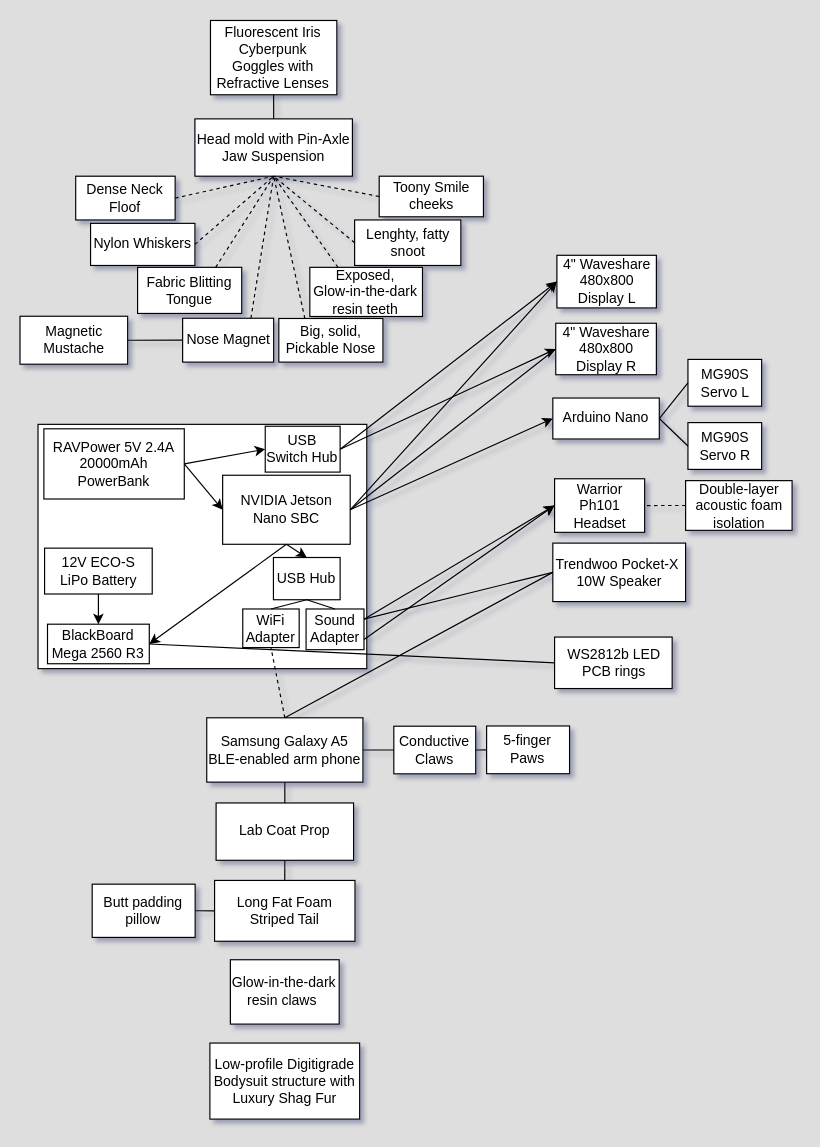
The draw.io diagram Suit Concept/Basic hardware flowchart.drawio in MekhyW/BOSS-Electronic_Fursuit, before the edit. Source tidied: cells renumbered, new cells numbered last; positions are measured from the earlier drawing's top-left corner, leaving out a move shared by most shapes. Both pictures are drawn from the tidied source at 117%, with x=0, y=0 at pixel (20, 20).
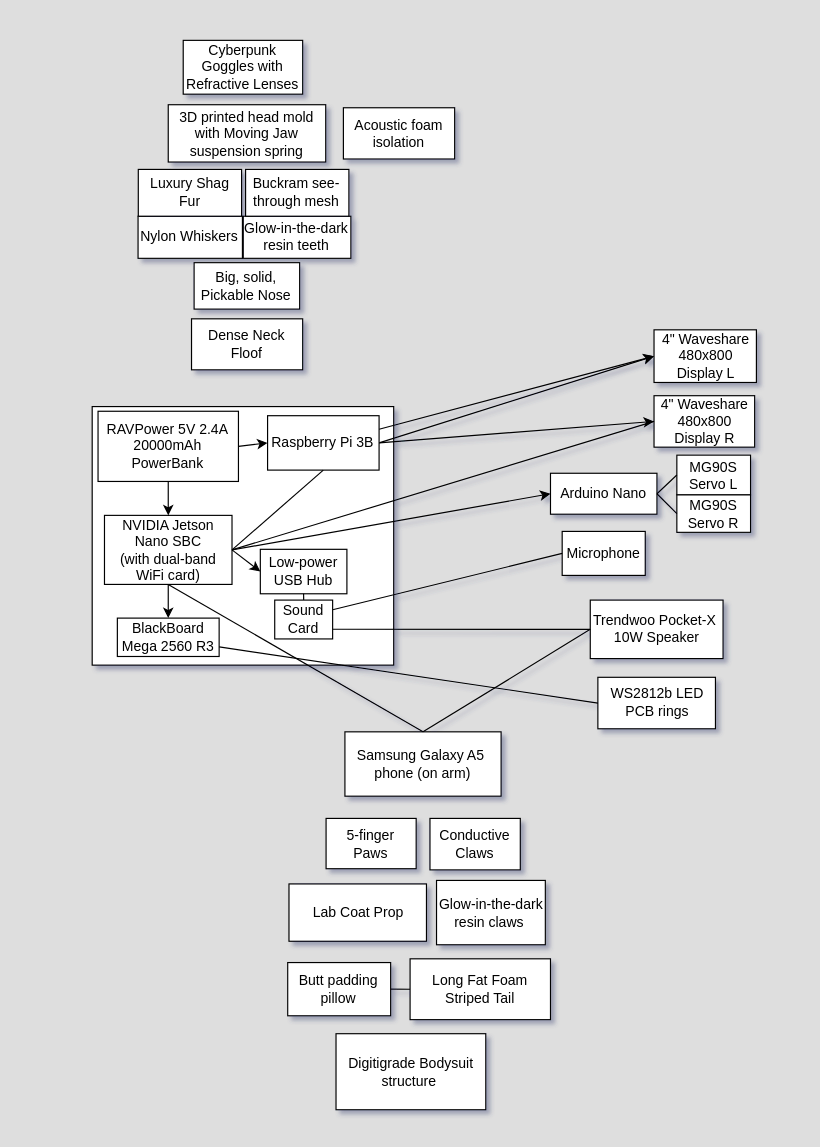
The same page after the edit.

Diff of the diagram source:
```diff
@@
     <mxCell id="2" style="rounded=0;whiteSpace=wrap;html=1;" parent="1" vertex="1">
-      <mxGeometry x="15" y="345.2" width="281" height="208.8" as="geometry" />
+      <mxGeometry x="61.3" y="330" width="257.7" height="221" as="geometry" />
     </mxCell>
-    <mxCell id="3" value="NVIDIA Jetson Nano SBC" style="rounded=0;whiteSpace=wrap;html=1;" parent="1" vertex="1">
-      <mxGeometry x="172.8" y="388.7" width="109" height="59" as="geometry" />
+    <mxCell id="3" value="NVIDIA Jetson Nano SBC&lt;br&gt;(with dual-band WiFi card)" style="rounded=0;whiteSpace=wrap;html=1;" parent="1" vertex="1">
+      <mxGeometry x="71.8" y="423" width="109" height="59" as="geometry" />
     </mxCell>
     <mxCell id="4" value="RAVPower 5V 2.4A&lt;br&gt;20000mAh PowerBank" style="rounded=0;whiteSpace=wrap;html=1;" parent="1" vertex="1">
-      <mxGeometry x="20" y="349" width="120" height="60" as="geometry" />
+      <mxGeometry x="66.3" y="334" width="120" height="60" as="geometry" />
     </mxCell>
     <mxCell id="5" value="Trendwoo Pocket-X&amp;nbsp;&lt;br&gt;10W Speaker" style="rounded=0;whiteSpace=wrap;html=1;" parent="1" vertex="1">
-      <mxGeometry x="455" y="446.7" width="113.5" height="50" as="geometry" />
+      <mxGeometry x="487" y="495.4" width="113.5" height="50" as="geometry" />
     </mxCell>
     <mxCell id="6" value="4&quot; Waveshare&lt;br&gt;480x800 Display L" style="rounded=0;whiteSpace=wrap;html=1;" parent="1" vertex="1">
-      <mxGeometry x="458.5" y="200.7" width="85" height="45" as="geometry" />
+      <mxGeometry x="541.5" y="264.4" width="87.5" height="45" as="geometry" />
     </mxCell>
-    <mxCell id="7" value="Warrior Ph101 Headset" style="rounded=0;whiteSpace=wrap;html=1;" parent="1" vertex="1">
-      <mxGeometry x="456.5" y="391.7" width="77" height="45.8" as="geometry" />
+    <mxCell id="7" value="Microphone" style="rounded=0;whiteSpace=wrap;html=1;" parent="1" vertex="1">
+      <mxGeometry x="463" y="436.7" width="71" height="37.6" as="geometry" />
     </mxCell>
     <mxCell id="8" value="4&quot; Waveshare&lt;br&gt;480x800 Display R" style="rounded=0;whiteSpace=wrap;html=1;" parent="1" vertex="1">
-      <mxGeometry x="457.5" y="258.8" width="86" height="44" as="geometry" />
+      <mxGeometry x="541.5" y="320.7" width="86" height="44" as="geometry" />
     </mxCell>
-    <mxCell id="9" style="endArrow=classic;html=1;entryX=0;entryY=0.5;entryDx=0;entryDy=0;exitX=1;exitY=0.5;exitDx=0;exitDy=0;" parent="1" edge="1" source="4" target="3">
-      <mxGeometry relative="1" as="geometry" />
-    </mxCell>
-    <mxCell id="10" value="Head mold with Pin-Axle Jaw Suspension" style="rounded=0;whiteSpace=wrap;html=1;" parent="1" vertex="1">
-      <mxGeometry x="149.1" y="84.1" width="134.6" height="49" as="geometry" />
+    <mxCell id="10" value="3D printed head mold with Moving Jaw suspension spring" style="rounded=0;whiteSpace=wrap;html=1;" parent="1" vertex="1">
+      <mxGeometry x="126.3" y="72" width="134.6" height="49" as="geometry" />
     </mxCell>
-    <mxCell id="11" value="Sound Adapter" style="rounded=0;whiteSpace=wrap;html=1;" parent="1" vertex="1">
-      <mxGeometry x="244.1" y="503" width="49.5" height="34.8" as="geometry" />
+    <mxCell id="11" value="Sound Card" style="rounded=0;whiteSpace=wrap;html=1;" parent="1" vertex="1">
+      <mxGeometry x="217.3" y="495.4" width="49.5" height="33.2" as="geometry" />
     </mxCell>
@@
-    <mxCell id="13" style="endArrow=classic;html=1;exitX=1;exitY=0.5;exitDx=0;exitDy=0;entryX=0;entryY=0.5;entryDx=0;entryDy=0;" parent="1" edge="1" source="72" target="8">
+    <mxCell id="13" style="endArrow=classic;html=1;exitX=1;exitY=0.5;exitDx=0;exitDy=0;entryX=0;entryY=0.5;entryDx=0;entryDy=0;" parent="1" edge="1" source="77" target="8">
       <mxGeometry relative="1" as="geometry" />
     </mxCell>
-    <mxCell id="14" value="Low-profile Digitigrade Bodysuit structure with Luxury Shag Fur" style="rounded=0;whiteSpace=wrap;html=1;" parent="1" vertex="1">
-      <mxGeometry x="161.9" y="874" width="128" height="65" as="geometry" />
+    <mxCell id="14" value="Digitigrade Bodysuit structure&amp;nbsp;" style="rounded=0;whiteSpace=wrap;html=1;" parent="1" vertex="1">
+      <mxGeometry x="269.7" y="866" width="128" height="65" as="geometry" />
     </mxCell>
     <mxCell id="15" value="Lab Coat Prop" style="rounded=0;whiteSpace=wrap;html=1;" parent="1" vertex="1">
-      <mxGeometry x="167.2" y="668.8" width="117.5" height="49" as="geometry" />
+      <mxGeometry x="229.5" y="738" width="117.5" height="49" as="geometry" />
     </mxCell>
-    <mxCell id="16" style="endArrow=classic;html=1;exitX=1;exitY=0.25;exitDx=0;exitDy=0;entryX=0;entryY=0.5;entryDx=0;entryDy=0;" parent="1" edge="1" source="11" target="7">
-      <mxGeometry relative="1" as="geometry" />
-    </mxCell>
-    <mxCell id="17" style="endArrow=classic;html=1;exitX=1;exitY=0.75;exitDx=0;exitDy=0;entryX=0;entryY=0.5;entryDx=0;entryDy=0;" parent="1" edge="1" source="11" target="7">
-      <mxGeometry relative="1" as="geometry" />
-    </mxCell>
     <mxCell id="18" value="BlackBoard Mega 2560 R3" style="rounded=0;whiteSpace=wrap;html=1;" parent="1" vertex="1">
-      <mxGeometry x="23.1" y="516" width="87" height="33.8" as="geometry" />
+      <mxGeometry x="82.8" y="510.8" width="87" height="32.8" as="geometry" />
     </mxCell>
-    <mxCell id="19" style="endArrow=classic;html=1;exitX=0.5;exitY=1;exitDx=0;exitDy=0;entryX=1;entryY=0.5;entryDx=0;entryDy=0;" parent="1" edge="1" source="3" target="18">
+    <mxCell id="19" style="endArrow=classic;html=1;exitX=0.5;exitY=1;exitDx=0;exitDy=0;entryX=0.5;entryY=0;entryDx=0;entryDy=0;" parent="1" edge="1" source="3" target="18">
       <mxGeometry relative="1" as="geometry" />
     </mxCell>
-    <mxCell id="20" style="endArrow=none;dashed=1;html=1;entryX=1;entryY=0.5;entryDx=0;entryDy=0;exitX=0;exitY=0.5;exitDx=0;exitDy=0;" parent="1" edge="1" source="21" target="7">
-      <mxGeometry relative="1" as="geometry" />
-    </mxCell>
-    <mxCell id="21" value="Double-layer acoustic foam isolation" style="rounded=0;whiteSpace=wrap;html=1;" parent="1" vertex="1">
-      <mxGeometry x="568.5" y="393.3" width="91" height="42.5" as="geometry" />
+    <mxCell id="21" value="Acoustic foam isolation" style="rounded=0;whiteSpace=wrap;html=1;" parent="1" vertex="1">
+      <mxGeometry x="276" y="74.6" width="95.1" height="43.8" as="geometry" />
     </mxCell>
     <mxCell id="22" value="WS2812b LED PCB rings" style="rounded=0;whiteSpace=wrap;html=1;" parent="1" vertex="1">
-      <mxGeometry x="456.5" y="527" width="100.5" height="44" as="geometry" />
+      <mxGeometry x="493.5" y="561.4" width="100.5" height="44" as="geometry" />
     </mxCell>
-    <mxCell id="23" style="endArrow=none;html=1;entryX=1;entryY=0.5;entryDx=0;entryDy=0;exitX=0;exitY=0.5;exitDx=0;exitDy=0;" parent="1" edge="1" source="22" target="18">
+    <mxCell id="23" style="endArrow=none;html=1;entryX=1;entryY=0.75;entryDx=0;entryDy=0;exitX=0;exitY=0.5;exitDx=0;exitDy=0;" parent="1" edge="1" source="22" target="18">
       <mxGeometry relative="1" as="geometry" />
     </mxCell>
     <mxCell id="24" value="Glow-in-the-dark resin claws&amp;nbsp;" style="rounded=0;whiteSpace=wrap;html=1;" parent="1" vertex="1">
-      <mxGeometry x="179.4" y="802.8" width="93" height="55" as="geometry" />
+      <mxGeometry x="355.6" y="735" width="93" height="55" as="geometry" />
     </mxCell>
     <mxCell id="25" value="Nylon Whiskers" style="rounded=0;whiteSpace=wrap;html=1;" parent="1" vertex="1">
-      <mxGeometry x="59.9" y="173.4" width="89.2" height="36" as="geometry" />
+      <mxGeometry x="100.5" y="167.3" width="89.2" height="36" as="geometry" />
     </mxCell>
     <mxCell id="26" value="Long Fat Foam Striped Tail" style="rounded=0;whiteSpace=wrap;html=1;" parent="1" vertex="1">
-      <mxGeometry x="165.9" y="735" width="120" height="52" as="geometry" />
+      <mxGeometry x="333" y="802" width="120" height="52" as="geometry" />
     </mxCell>
-    <mxCell id="27" value="Fluorescent Iris Cyberpunk &lt;br&gt;Goggles with Refractive Lenses" style="rounded=0;whiteSpace=wrap;html=1;" parent="1" vertex="1">
-      <mxGeometry x="162.4" width="108" height="63.5" as="geometry" />
+    <mxCell id="27" value="Cyberpunk &lt;br&gt;Goggles with Refractive Lenses" style="rounded=0;whiteSpace=wrap;html=1;" parent="1" vertex="1">
+      <mxGeometry x="139.1" y="17" width="102.1" height="46" as="geometry" />
     </mxCell>
-    <mxCell id="28" style="endArrow=classic;html=1;exitX=1;exitY=0.5;exitDx=0;exitDy=0;entryX=0;entryY=0.5;entryDx=0;entryDy=0;" parent="1" edge="1" source="3" target="6">
-      <mxGeometry relative="1" as="geometry" />
-    </mxCell>
     <mxCell id="29" value="Big, solid, Pickable Nose" style="rounded=0;whiteSpace=wrap;html=1;" parent="1" vertex="1">
-      <mxGeometry x="220.8" y="254.7" width="89" height="37.3" as="geometry" />
+      <mxGeometry x="148.4" y="207" width="90.2" height="39.7" as="geometry" />
     </mxCell>
-    <mxCell id="30" style="endArrow=none;dashed=1;html=1;entryX=0.5;entryY=1;entryDx=0;entryDy=0;exitX=1;exitY=0.5;exitDx=0;exitDy=0;" parent="1" edge="1" source="25" target="10">
-      <mxGeometry relative="1" as="geometry" />
-    </mxCell>
-    <mxCell id="31" style="endArrow=none;dashed=1;html=1;entryX=0.5;entryY=1;entryDx=0;entryDy=0;exitX=0.25;exitY=0;exitDx=0;exitDy=0;" parent="1" edge="1" source="29" target="10">
-      <mxGeometry relative="1" as="geometry" />
-    </mxCell>
     <mxCell id="32" value="Arduino Nano" style="rounded=0;whiteSpace=wrap;html=1;" parent="1" vertex="1">
-      <mxGeometry x="455" y="322.7" width="91" height="35" as="geometry" />
+      <mxGeometry x="453" y="387" width="91" height="35" as="geometry" />
     </mxCell>
@@
     <mxCell id="34" value="MG90S Servo L" style="rounded=0;whiteSpace=wrap;html=1;" parent="1" vertex="1">
-      <mxGeometry x="570.5" y="289.7" width="63" height="40" as="geometry" />
+      <mxGeometry x="561" y="371.5" width="63" height="34" as="geometry" />
     </mxCell>
     <mxCell id="35" value="MG90S Servo R" style="rounded=0;whiteSpace=wrap;html=1;" parent="1" vertex="1">
-      <mxGeometry x="570.5" y="343.7" width="63" height="40" as="geometry" />
+      <mxGeometry x="561" y="405.5" width="63" height="32" as="geometry" />
     </mxCell>
@@
-    <mxCell id="38" value="Exposed, &lt;br&gt;Glow-in-the-dark resin teeth" style="rounded=0;whiteSpace=wrap;html=1;" parent="1" vertex="1">
-      <mxGeometry x="247.3" y="211" width="96.3" height="42" as="geometry" />
+    <mxCell id="38" value="Glow-in-the-dark resin teeth" style="rounded=0;whiteSpace=wrap;html=1;" parent="1" vertex="1">
+      <mxGeometry x="190.4" y="167.3" width="92" height="36" as="geometry" />
     </mxCell>
-    <mxCell id="39" style="endArrow=none;dashed=1;html=1;entryX=0.5;entryY=1;entryDx=0;entryDy=0;exitX=0;exitY=0.5;exitDx=0;exitDy=0;" parent="1" edge="1" source="52" target="10">
-      <mxGeometry relative="1" as="geometry" />
-    </mxCell>
     <mxCell id="40" value="Dense Neck Floof" style="rounded=0;whiteSpace=wrap;html=1;" parent="1" vertex="1">
-      <mxGeometry x="47.2" y="133.1" width="85" height="37.4" as="geometry" />
+      <mxGeometry x="146.2" y="255" width="95" height="43.6" as="geometry" />
     </mxCell>
-    <mxCell id="41" style="endArrow=none;dashed=1;html=1;entryX=0.5;entryY=1;entryDx=0;entryDy=0;exitX=1;exitY=0.5;exitDx=0;exitDy=0;" parent="1" edge="1" source="40" target="10">
-      <mxGeometry relative="1" as="geometry" />
-    </mxCell>
-    <mxCell id="42" style="endArrow=none;html=1;entryX=0.5;entryY=1;entryDx=0;entryDy=0;exitX=0.5;exitY=0;exitDx=0;exitDy=0;" parent="1" edge="1" source="10" target="27">
-      <mxGeometry relative="1" as="geometry" />
-    </mxCell>
-    <mxCell id="43" value="Fabric Blitting Tongue" style="rounded=0;whiteSpace=wrap;html=1;" parent="1" vertex="1">
-      <mxGeometry x="100.1" y="211" width="89" height="39.4" as="geometry" />
-    </mxCell>
-    <mxCell id="44" style="endArrow=none;dashed=1;html=1;entryX=0.5;entryY=1;entryDx=0;entryDy=0;exitX=0.75;exitY=0;exitDx=0;exitDy=0;" parent="1" edge="1" source="43" target="10">
-      <mxGeometry relative="1" as="geometry" />
-    </mxCell>
-    <mxCell id="45" value="Samsung Galaxy A5 BLE-enabled arm phone" style="rounded=0;whiteSpace=wrap;html=1;" parent="1" vertex="1">
-      <mxGeometry x="159.2" y="596" width="133.5" height="55" as="geometry" />
+    <mxCell id="45" value="Samsung Galaxy A5&amp;nbsp; phone (on arm)" style="rounded=0;whiteSpace=wrap;html=1;" parent="1" vertex="1">
+      <mxGeometry x="277.3" y="608" width="133.5" height="55" as="geometry" />
     </mxCell>
     <mxCell id="46" value="5-finger&lt;br&gt;Paws" style="rounded=0;whiteSpace=wrap;html=1;" parent="1" vertex="1">
-      <mxGeometry x="398.4" y="603" width="70.9" height="40.8" as="geometry" />
+      <mxGeometry x="261.2" y="682" width="77" height="43" as="geometry" />
     </mxCell>
-    <mxCell id="47" value="12V ECO-S LiPo Battery" style="rounded=0;whiteSpace=wrap;html=1;" parent="1" vertex="1">
-      <mxGeometry x="20.6" y="451" width="92" height="39.2" as="geometry" />
-    </mxCell>
-    <mxCell id="48" style="endArrow=classic;html=1;exitX=0.5;exitY=1;exitDx=0;exitDy=0;entryX=0.5;entryY=0;entryDx=0;entryDy=0;" parent="1" edge="1" source="47" target="18">
-      <mxGeometry relative="1" as="geometry" />
-    </mxCell>
     <mxCell id="49" value="Butt padding pillow" style="rounded=0;whiteSpace=wrap;html=1;" parent="1" vertex="1">
-      <mxGeometry x="61.3" y="738.2" width="88" height="45.5" as="geometry" />
+      <mxGeometry x="228.4" y="805.2" width="88" height="45.5" as="geometry" />
     </mxCell>
@@
-    <mxCell id="51" value="Toony Smile cheeks" style="rounded=0;whiteSpace=wrap;html=1;" parent="1" vertex="1">
-      <mxGeometry x="306.6" y="133.1" width="89.1" height="34.7" as="geometry" />
-    </mxCell>
-    <mxCell id="52" value="Lenghty, fatty snoot" style="rounded=0;whiteSpace=wrap;html=1;" parent="1" vertex="1">
-      <mxGeometry x="285.6" y="170.5" width="90.8" height="38.9" as="geometry" />
-    </mxCell>
-    <mxCell id="53" style="endArrow=none;dashed=1;html=1;entryX=0.5;entryY=1;entryDx=0;entryDy=0;exitX=0;exitY=0.5;exitDx=0;exitDy=0;" parent="1" edge="1" source="51" target="10">
-      <mxGeometry relative="1" as="geometry" />
-    </mxCell>
-    <mxCell id="54" style="endArrow=none;dashed=1;html=1;exitX=0.25;exitY=0;exitDx=0;exitDy=0;entryX=0.5;entryY=1;entryDx=0;entryDy=0;" parent="1" edge="1" source="38" target="10">
-      <mxGeometry relative="1" as="geometry" />
-    </mxCell>
-    <mxCell id="55" value="Nose Magnet" style="rounded=0;whiteSpace=wrap;html=1;" parent="1" vertex="1">
-      <mxGeometry x="138.6" y="254.5" width="77.8" height="37.5" as="geometry" />
-    </mxCell>
-    <mxCell id="56" style="endArrow=none;dashed=1;html=1;entryX=0.5;entryY=1;entryDx=0;entryDy=0;exitX=0.75;exitY=0;exitDx=0;exitDy=0;" parent="1" edge="1" source="55" target="10">
-      <mxGeometry relative="1" as="geometry" />
-    </mxCell>
-    <mxCell id="57" value="Magnetic Mustache" style="rounded=0;whiteSpace=wrap;html=1;" parent="1" vertex="1">
-      <mxGeometry x="-0.4" y="252.8" width="92" height="41" as="geometry" />
-    </mxCell>
-    <mxCell id="58" style="endArrow=none;html=1;exitX=1;exitY=0.5;exitDx=0;exitDy=0;entryX=0;entryY=0.5;entryDx=0;entryDy=0;" parent="1" edge="1" source="57" target="55">
-      <mxGeometry relative="1" as="geometry" />
-    </mxCell>
-    <mxCell id="59" style="endArrow=none;html=1;entryX=0.5;entryY=1;entryDx=0;entryDy=0;exitX=0.5;exitY=0;exitDx=0;exitDy=0;" parent="1" edge="1" source="26" target="15">
-      <mxGeometry relative="1" as="geometry" />
-    </mxCell>
-    <mxCell id="60" style="endArrow=none;html=1;entryX=0.5;entryY=1;entryDx=0;entryDy=0;exitX=0.5;exitY=0;exitDx=0;exitDy=0;" parent="1" edge="1" source="15" target="45">
-      <mxGeometry relative="1" as="geometry" />
-    </mxCell>
-    <mxCell id="61" style="endArrow=none;html=1;exitX=1;exitY=0.25;exitDx=0;exitDy=0;entryX=0;entryY=0.5;entryDx=0;entryDy=0;" parent="1" edge="1" source="11" target="5">
+    <mxCell id="61" style="endArrow=none;html=1;entryX=0;entryY=0.5;entryDx=0;entryDy=0;exitX=1;exitY=0.75;exitDx=0;exitDy=0;" parent="1" edge="1" source="11" target="5">
       <mxGeometry relative="1" as="geometry" />
     </mxCell>
@@
-    <mxCell id="63" value="USB Hub" style="rounded=0;whiteSpace=wrap;html=1;" parent="1" vertex="1">
-      <mxGeometry x="216.2" y="459" width="57" height="36.1" as="geometry" />
-    </mxCell>
-    <mxCell id="64" style="endArrow=classic;html=1;exitX=0.5;exitY=1;exitDx=0;exitDy=0;entryX=0.5;entryY=0;entryDx=0;entryDy=0;" parent="1" edge="1" source="3" target="63">
+    <mxCell id="64" style="endArrow=classic;html=1;exitX=1;exitY=0.5;exitDx=0;exitDy=0;entryX=0;entryY=0.5;entryDx=0;entryDy=0;" parent="1" edge="1" source="3" target="82">
       <mxGeometry relative="1" as="geometry" />
     </mxCell>
-    <mxCell id="65" style="endArrow=none;html=1;entryX=0.5;entryY=1;entryDx=0;entryDy=0;exitX=0.5;exitY=0;exitDx=0;exitDy=0;" parent="1" edge="1" source="11" target="63">
-      <mxGeometry relative="1" as="geometry" />
-    </mxCell>
     <mxCell id="66" value="Conductive Claws" style="rounded=0;whiteSpace=wrap;html=1;" parent="1" vertex="1">
-      <mxGeometry x="319.1" y="603.2" width="70" height="40.7" as="geometry" />
+      <mxGeometry x="350" y="682" width="77.2" height="44" as="geometry" />
     </mxCell>
-    <mxCell id="67" style="endArrow=none;html=1;exitX=1;exitY=0.5;exitDx=0;exitDy=0;entryX=0;entryY=0.5;entryDx=0;entryDy=0;" parent="1" edge="1" source="45" target="66">
-      <mxGeometry relative="1" as="geometry" />
-    </mxCell>
-    <mxCell id="68" style="endArrow=none;html=1;entryX=0;entryY=0.5;entryDx=0;entryDy=0;exitX=1;exitY=0.5;exitDx=0;exitDy=0;" parent="1" edge="1" source="66" target="46">
-      <mxGeometry relative="1" as="geometry" />
-    </mxCell>
-    <mxCell id="69" value="WiFi Adapter" style="rounded=0;whiteSpace=wrap;html=1;" parent="1" vertex="1">
-      <mxGeometry x="190" y="503" width="48.2" height="33" as="geometry" />
-    </mxCell>
-    <mxCell id="70" style="endArrow=none;html=1;entryX=0.5;entryY=1;entryDx=0;entryDy=0;exitX=0.5;exitY=0;exitDx=0;exitDy=0;" parent="1" edge="1" source="69" target="63">
-      <mxGeometry relative="1" as="geometry" />
-    </mxCell>
-    <mxCell id="71" style="endArrow=none;dashed=1;html=1;exitX=0.5;exitY=0;exitDx=0;exitDy=0;entryX=0.5;entryY=1;entryDx=0;entryDy=0;" parent="1" edge="1" source="45" target="69">
-      <mxGeometry relative="1" as="geometry" />
-    </mxCell>
-    <mxCell id="72" value="USB Switch Hub" style="rounded=0;whiteSpace=wrap;html=1;" parent="1" vertex="1">
-      <mxGeometry x="209.2" y="346.8" width="64" height="39.2" as="geometry" />
-    </mxCell>
-    <mxCell id="73" style="endArrow=classic;html=1;exitX=1;exitY=0.5;exitDx=0;exitDy=0;entryX=0;entryY=0.5;entryDx=0;entryDy=0;" parent="1" edge="1" source="4" target="72">
-      <mxGeometry relative="1" as="geometry" />
-    </mxCell>
-    <mxCell id="74" style="endArrow=classic;html=1;exitX=1;exitY=0.5;exitDx=0;exitDy=0;entryX=0;entryY=0.5;entryDx=0;entryDy=0;" parent="1" edge="1" source="72" target="6">
+    <mxCell id="74" style="endArrow=classic;html=1;exitX=1;exitY=0.5;exitDx=0;exitDy=0;entryX=0;entryY=0.5;entryDx=0;entryDy=0;" parent="1" edge="1" source="77" target="6">
       <mxGeometry relative="1" as="geometry" />
     </mxCell>
+    <mxCell id="75" style="endArrow=classic;html=1;entryX=0;entryY=0.5;entryDx=0;entryDy=0;exitX=1;exitY=0.25;exitDx=0;exitDy=0;" parent="1" edge="1" source="77" target="6">
+      <mxGeometry relative="1" as="geometry" />
+    </mxCell>
+    <mxCell id="76" style="endArrow=none;html=1;entryX=0;entryY=0.5;entryDx=0;entryDy=0;exitX=1;exitY=0.25;exitDx=0;exitDy=0;" parent="1" edge="1" source="11" target="7">
+      <mxGeometry relative="1" as="geometry" />
+    </mxCell>
+    <mxCell id="9" style="endArrow=classic;html=1;exitX=0.5;exitY=1;exitDx=0;exitDy=0;entryX=0.5;entryY=0;entryDx=0;entryDy=0;" parent="1" edge="1" source="4" target="3">
+      <mxGeometry relative="1" as="geometry" />
+    </mxCell>
+    <mxCell id="77" value="Raspberry Pi 3B" style="rounded=0;whiteSpace=wrap;html=1;" parent="1" vertex="1">
+      <mxGeometry x="211.2" y="337.8" width="95.3" height="46.5" as="geometry" />
+    </mxCell>
+    <mxCell id="78" style="endArrow=classic;html=1;exitX=1;exitY=0.5;exitDx=0;exitDy=0;entryX=0;entryY=0.5;entryDx=0;entryDy=0;" parent="1" edge="1" source="4" target="77">
+      <mxGeometry relative="1" as="geometry" />
+    </mxCell>
+    <mxCell id="79" style="endArrow=none;html=1;exitX=0.5;exitY=1;exitDx=0;exitDy=0;entryX=1;entryY=0.5;entryDx=0;entryDy=0;" parent="1" edge="1" source="77" target="3">
+      <mxGeometry relative="1" as="geometry" />
+    </mxCell>
+    <mxCell id="80" value="Luxury Shag Fur" style="rounded=0;whiteSpace=wrap;html=1;" parent="1" vertex="1">
+      <mxGeometry x="100.7" y="127.3" width="88.3" height="40" as="geometry" />
+    </mxCell>
+    <mxCell id="81" value="Buckram see-through mesh" style="rounded=0;whiteSpace=wrap;html=1;" parent="1" vertex="1">
+      <mxGeometry x="192.4" y="127.3" width="88.3" height="40" as="geometry" />
+    </mxCell>
+    <mxCell id="82" value="Low-power USB Hub" style="rounded=0;whiteSpace=wrap;html=1;" parent="1" vertex="1">
+      <mxGeometry x="205" y="452" width="74" height="38" as="geometry" />
+    </mxCell>
+    <mxCell id="83" style="endArrow=none;html=1;exitX=0.5;exitY=1;exitDx=0;exitDy=0;entryX=0.5;entryY=0;entryDx=0;entryDy=0;" parent="1" edge="1" source="82" target="11">
+      <mxGeometry relative="1" as="geometry" />
+    </mxCell>
+    <mxCell id="84" style="endArrow=none;html=1;exitX=0.5;exitY=0;exitDx=0;exitDy=0;entryX=0.5;entryY=1;entryDx=0;entryDy=0;" parent="1" edge="1" source="45" target="3">
+      <mxGeometry relative="1" as="geometry" />
+    </mxCell>
```
